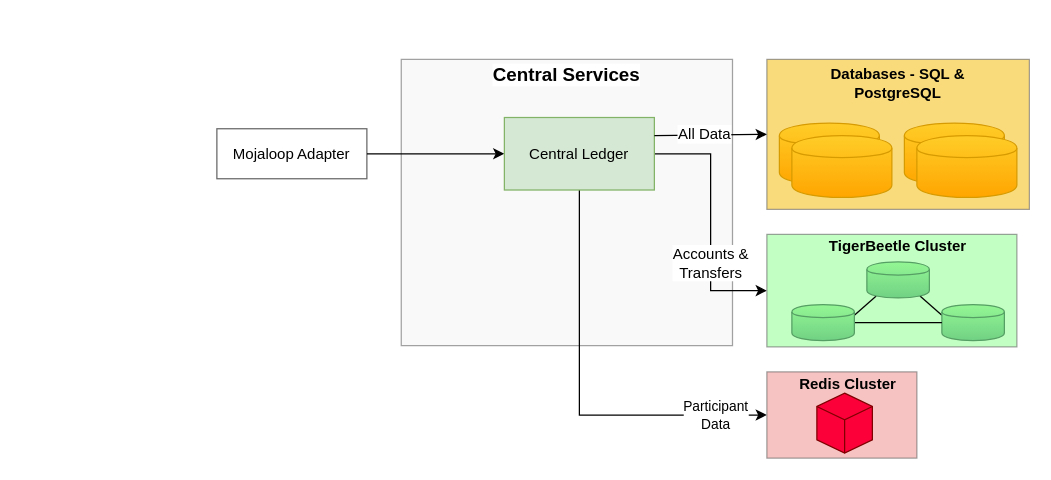
Before: page "to be - central ledger" (1 of 5) of solution_design/central-ledger-diagram-to-be.drawio in coilhq/mucoa, a draw.io diagram. Source tidied: cells renumbered, new cells numbered last; positions are measured from the earlier drawing's top-left corner, leaving out a move shared by most shapes. Both pictures are drawn from the tidied source at 125%, with x=0, y=0 at pixel (216, 59).
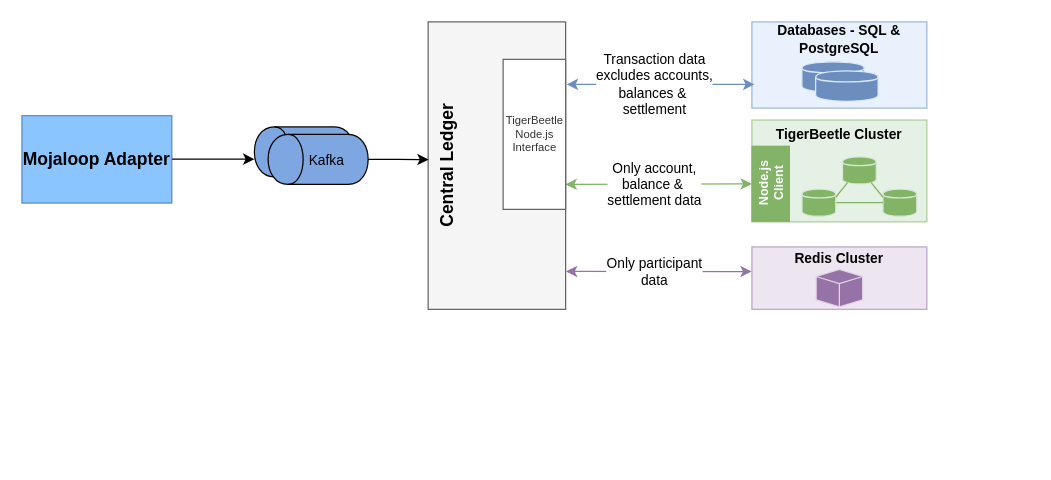
The same diagram, later.

Commit message (it also covers changes not shown here):
Peer review & updates: (1) architecture diagram (2) seq diagrams (3) added TODOs and need to continue from the Transfers seq diagram and description

Change to the diagram source:
```diff
@@
-    <mxCell id="2" style="rounded=0;whiteSpace=wrap;html=1;fillColor=#F5C425;strokeColor=#666666;fontColor=#333333;opacity=60;" parent="1" vertex="1">
-      <mxGeometry x="440" width="210" height="120" as="geometry" />
+    <mxCell id="2" style="rounded=0;whiteSpace=wrap;html=1;fillColor=#dae8fc;strokeColor=#6C8EBF;opacity=60;" parent="1" vertex="1">
+      <mxGeometry x="428" y="-30" width="140" height="69" as="geometry" />
     </mxCell>
-    <mxCell id="3" style="rounded=0;whiteSpace=wrap;html=1;fillColor=#f5f5f5;strokeColor=#666666;fontColor=#333333;opacity=60;labelBackgroundColor=none;" parent="1" vertex="1">
-      <mxGeometry x="147.5" width="265" height="229" as="geometry" />
-    </mxCell>
+    <mxCell id="19" style="rounded=0;whiteSpace=wrap;html=1;fillColor=#d5e8d4;strokeColor=#82b366;opacity=60;" parent="1" vertex="1">
+      <mxGeometry x="428" y="48.5" width="140" height="81.5" as="geometry" />
+    </mxCell>
@@
-    <mxCell id="5" value="Central Services" style="text;html=1;strokeColor=none;fillColor=none;align=center;verticalAlign=middle;whiteSpace=wrap;rounded=0;opacity=60;fontSize=15;fontStyle=1;labelBackgroundColor=default;" parent="1" vertex="1">
-      <mxGeometry x="215" y="2" width="130" height="20" as="geometry" />
-    </mxCell>
-    <mxCell id="6" value="Databases -&amp;nbsp;&lt;span style=&quot;font-size: 12px&quot;&gt;&lt;font style=&quot;font-size: 12px&quot;&gt;SQL &amp;amp; PostgreSQL&lt;/font&gt;&lt;/span&gt;" style="text;html=1;strokeColor=none;fillColor=none;align=center;verticalAlign=middle;whiteSpace=wrap;rounded=0;opacity=60;fontSize=12;fontStyle=1;labelBackgroundColor=none;" parent="1" vertex="1">
-      <mxGeometry x="465" y="9" width="160" height="20" as="geometry" />
+    <mxCell id="6" value="Databases -&amp;nbsp;&lt;span style=&quot;font-size: 11px;&quot;&gt;&lt;font style=&quot;font-size: 11px;&quot;&gt;SQL &amp;amp; PostgreSQL&lt;/font&gt;&lt;/span&gt;" style="text;html=1;strokeColor=none;fillColor=none;align=center;verticalAlign=middle;whiteSpace=wrap;rounded=0;opacity=60;fontSize=11;fontStyle=1;labelBackgroundColor=none;" parent="1" vertex="1">
+      <mxGeometry x="428" y="-26" width="140" height="20" as="geometry" />
     </mxCell>
-    <mxCell id="7" style="edgeStyle=orthogonalEdgeStyle;rounded=1;jettySize=auto;html=1;exitX=1;exitY=0.5;exitDx=0;exitDy=0;entryX=0;entryY=0.5;entryDx=0;entryDy=0;fontSize=12;" parent="1" edge="1" source="8" target="11">
-      <mxGeometry relative="1" as="geometry" />
-    </mxCell>
+    <mxCell id="28" style="edgeStyle=orthogonalEdgeStyle;rounded=0;orthogonalLoop=1;jettySize=auto;html=1;exitX=1;exitY=0.5;exitDx=0;exitDy=0;fontSize=10;fontColor=#000000;startArrow=none;startFill=0;endArrow=classic;endFill=1;strokeColor=#000000;fillColor=#dae8fc;entryX=0.5;entryY=0;entryDx=0;entryDy=0;" parent="1" edge="1">
+      <mxGeometry relative="1" as="geometry">
+        <mxPoint x="-36" y="79.8" as="sourcePoint" />
+        <mxPoint x="30" y="79.8" as="targetPoint" />
+      </mxGeometry>
+    </mxCell>
-    <mxCell id="8" value="Mojaloop Adapter" style="rounded=0;whiteSpace=wrap;html=1;fontSize=12;opacity=60;fontStyle=0;" parent="1" vertex="1">
-      <mxGeometry y="55.5" width="120" height="40" as="geometry" />
+    <mxCell id="8" value="Mojaloop Adapter" style="rounded=0;whiteSpace=wrap;html=1;fontSize=14;opacity=60;fontStyle=1;fillColor=#3D9EFF;strokeColor=#22588F;" parent="1" vertex="1">
+      <mxGeometry x="-156" y="45" width="120" height="70" as="geometry" />
     </mxCell>
-    <mxCell id="9" value="Participant &lt;br&gt;Data" style="edgeStyle=orthogonalEdgeStyle;rounded=0;jettySize=auto;html=1;exitX=0.5;exitY=1;exitDx=0;exitDy=0;entryX=0;entryY=0.5;entryDx=0;entryDy=0;" parent="1" edge="1" source="11" target="12">
-      <mxGeometry x="0.75" relative="1" as="geometry" />
+    <mxCell id="9" value="Only participant &lt;br&gt;data" style="rounded=0;jettySize=auto;html=1;entryX=-0.001;entryY=0.394;entryDx=0;entryDy=0;startArrow=classic;startFill=1;endArrow=classic;endFill=1;strokeColor=#9673A6;exitX=1.003;exitY=0.868;exitDx=0;exitDy=0;exitPerimeter=0;entryPerimeter=0;" parent="1" edge="1" source="11" target="12">
+      <mxGeometry x="-0.05" relative="1" as="geometry" />
     </mxCell>
-    <mxCell id="10" value="Accounts &amp;amp; &lt;br&gt;Transfers" style="rounded=0;jettySize=auto;html=1;exitX=1;exitY=0.5;exitDx=0;exitDy=0;entryX=0;entryY=0.5;entryDx=0;entryDy=0;fontSize=12;startArrow=none;startFill=0;endArrow=classic;endFill=1;edgeStyle=orthogonalEdgeStyle;" parent="1" edge="1" source="11" target="19">
-      <mxGeometry x="0.32" relative="1" as="geometry" />
+    <mxCell id="10" value="Only account,&lt;br style=&quot;font-size: 11px;&quot;&gt;balance &amp;amp;&amp;nbsp;&lt;br&gt;settlement data" style="rounded=0;orthogonalLoop=1;jettySize=auto;html=1;exitX=1;exitY=0.5;exitDx=0;exitDy=0;entryX=0;entryY=0.382;entryDx=0;entryDy=0;fontSize=11;startArrow=classic;startFill=1;endArrow=classic;endFill=1;strokeColor=#82B366;entryPerimeter=0;" parent="1" edge="1">
+      <mxGeometry x="-0.05" relative="1" as="geometry">
+        <mxPoint x="279" y="100" as="sourcePoint" />
+        <mxPoint x="428" y="99.6" as="targetPoint" />
+      </mxGeometry>
     </mxCell>
-    <mxCell id="11" value="&lt;font color=&quot;#000000&quot;&gt;&lt;span&gt;Central Ledger&lt;/span&gt;&lt;br&gt;&lt;/font&gt;" style="rounded=0;whiteSpace=wrap;html=1;fillColor=#d5e8d4;strokeColor=#82b366;fontStyle=0;" parent="1" vertex="1">
-      <mxGeometry x="230" y="46.5" width="120" height="58" as="geometry" />
+    <mxCell id="11" value="&lt;font color=&quot;#000000&quot; style=&quot;font-size: 14px&quot;&gt;&lt;span style=&quot;font-size: 14px&quot;&gt;Central Ledger&lt;/span&gt;&lt;br style=&quot;font-size: 14px&quot;&gt;&lt;/font&gt;" style="rounded=0;whiteSpace=wrap;html=1;fillColor=#f5f5f5;strokeColor=#666666;fontStyle=1;verticalAlign=top;horizontal=0;fontSize=14;fontColor=#333333;" parent="1" vertex="1">
+      <mxGeometry x="169" y="-30" width="110" height="230" as="geometry" />
     </mxCell>
-    <mxCell id="12" style="rounded=0;whiteSpace=wrap;html=1;fillColor=#F19C99;strokeColor=#666666;fontColor=#333333;opacity=60;" parent="1" vertex="1">
-      <mxGeometry x="440" y="250" width="120" height="69" as="geometry" />
+    <mxCell id="12" style="rounded=0;whiteSpace=wrap;html=1;fillColor=#e1d5e7;strokeColor=#9673a6;opacity=60;" parent="1" vertex="1">
+      <mxGeometry x="428" y="150" width="140" height="50" as="geometry" />
     </mxCell>
-    <mxCell id="13" value="Redis Cluster" style="text;html=1;strokeColor=none;fillColor=none;align=center;verticalAlign=middle;whiteSpace=wrap;rounded=0;opacity=60;fontSize=12;fontStyle=1;" parent="1" vertex="1">
-      <mxGeometry x="450" y="250" width="110" height="20" as="geometry" />
+    <mxCell id="13" value="Redis Cluster" style="text;html=1;strokeColor=none;fillColor=none;align=center;verticalAlign=middle;whiteSpace=wrap;rounded=0;opacity=60;fontSize=11;fontStyle=1;" parent="1" vertex="1">
+      <mxGeometry x="428" y="149" width="140" height="20" as="geometry" />
     </mxCell>
-    <mxCell id="14" value="&lt;font color=&quot;#000000&quot;&gt;&lt;br&gt;&lt;/font&gt;" style="whiteSpace=wrap;html=1;shape=mxgraph.basic.isocube;isoAngle=15;fillColor=#FC003A;strokeColor=#800000;fontColor=#ffffff;" parent="1" vertex="1">
-      <mxGeometry x="480" y="267" width="44.4" height="48" as="geometry" />
+    <mxCell id="14" value="&lt;font color=&quot;#000000&quot;&gt;&lt;br&gt;&lt;/font&gt;" style="whiteSpace=wrap;html=1;shape=mxgraph.basic.isocube;isoAngle=9.67;fillColor=#9673A6;strokeColor=#E1D5E7;gradientColor=none;" parent="1" vertex="1">
+      <mxGeometry x="479.4" y="168" width="37.2" height="30" as="geometry" />
     </mxCell>
-    <mxCell id="15" value="&lt;font color=&quot;#000000&quot;&gt;&lt;br&gt;&lt;/font&gt;" style="shape=cylinder;whiteSpace=wrap;html=1;boundedLbl=1;backgroundOutline=1;fillColor=#ffcd28;strokeColor=#d79b00;gradientColor=#ffa500;" parent="1" vertex="1">
-      <mxGeometry x="450" y="51" width="80" height="49.5" as="geometry" />
-    </mxCell>
-    <mxCell id="16" value="&lt;font color=&quot;#000000&quot;&gt;&lt;br&gt;&lt;/font&gt;" style="shape=cylinder;whiteSpace=wrap;html=1;boundedLbl=1;backgroundOutline=1;fillColor=#ffcd28;strokeColor=#d79b00;gradientColor=#ffa500;" parent="1" vertex="1">
-      <mxGeometry x="460" y="61" width="80" height="49.5" as="geometry" />
-    </mxCell>
-    <mxCell id="17" value="&lt;font color=&quot;#000000&quot;&gt;&lt;br&gt;&lt;/font&gt;" style="shape=cylinder;whiteSpace=wrap;html=1;boundedLbl=1;backgroundOutline=1;fillColor=#ffcd28;strokeColor=#d79b00;gradientColor=#ffa500;" parent="1" vertex="1">
-      <mxGeometry x="550" y="51" width="80" height="49.5" as="geometry" />
-    </mxCell>
-    <mxCell id="18" value="&lt;font color=&quot;#000000&quot;&gt;&lt;br&gt;&lt;/font&gt;" style="shape=cylinder;whiteSpace=wrap;html=1;boundedLbl=1;backgroundOutline=1;fillColor=#ffcd28;strokeColor=#d79b00;gradientColor=#ffa500;" parent="1" vertex="1">
-      <mxGeometry x="560" y="61" width="80" height="49.5" as="geometry" />
-    </mxCell>
-    <mxCell id="19" style="rounded=0;whiteSpace=wrap;html=1;fillColor=#99FF99;strokeColor=#666666;fontColor=#333333;opacity=60;" parent="1" vertex="1">
-      <mxGeometry x="440" y="140" width="200" height="90" as="geometry" />
-    </mxCell>
-    <mxCell id="20" value="TigerBeetle Cluster" style="text;html=1;strokeColor=none;fillColor=none;align=center;verticalAlign=middle;whiteSpace=wrap;rounded=0;opacity=60;fontSize=12;fontStyle=1;" parent="1" vertex="1">
-      <mxGeometry x="450" y="140" width="190" height="20" as="geometry" />
+    <mxCell id="20" value="TigerBeetle Cluster" style="text;html=1;strokeColor=none;fillColor=none;align=center;verticalAlign=middle;whiteSpace=wrap;rounded=0;opacity=60;fontSize=11;fontStyle=1;" parent="1" vertex="1">
+      <mxGeometry x="433" y="49.5" width="130" height="20" as="geometry" />
     </mxCell>
-    <mxCell id="21" style="rounded=0;jettySize=auto;html=1;exitX=0.15;exitY=0.95;exitDx=0;exitDy=0;entryX=1;entryY=0.3;entryDx=0;entryDy=0;fontSize=12;startArrow=none;startFill=0;endArrow=none;endFill=0;exitPerimeter=0;" parent="1" edge="1" source="23" target="26">
-      <mxGeometry relative="1" as="geometry" />
-    </mxCell>
-    <mxCell id="22" style="edgeStyle=none;rounded=0;jettySize=auto;html=1;exitX=0.85;exitY=0.95;exitDx=0;exitDy=0;exitPerimeter=0;entryX=0;entryY=0.3;entryDx=0;entryDy=0;fontSize=12;startArrow=none;startFill=0;endArrow=none;endFill=0;" parent="1" edge="1" source="23" target="24">
-      <mxGeometry relative="1" as="geometry" />
-    </mxCell>
+    <mxCell id="27" value="Transaction data&lt;br&gt;excludes accounts,&lt;br&gt;balances &amp;amp;&amp;nbsp;&lt;br&gt;settlement" style="endArrow=classic;html=1;rounded=0;fontSize=11;endFill=1;startArrow=classic;startFill=1;strokeColor=#6C8EBF;" parent="1" edge="1">
+      <mxGeometry x="-0.07" relative="1" as="geometry">
+        <mxPoint x="280" y="20" as="sourcePoint" />
+        <mxPoint x="430" y="20" as="targetPoint" />
+      </mxGeometry>
+    </mxCell>
+    <mxCell id="29" style="group;fillColor=none;strokeColor=none;" parent="1" vertex="1">
+      <mxGeometry x="468.1" y="78" width="91.8" height="47.5" as="geometry" />
+    </mxCell>
-    <mxCell id="23" value="&lt;font color=&quot;#000000&quot;&gt;&lt;br&gt;&lt;/font&gt;" style="shape=cylinder;whiteSpace=wrap;html=1;boundedLbl=1;backgroundOutline=1;fillColor=#94F794;strokeColor=#559E64;gradientColor=#71D184;" parent="1" vertex="1">
-      <mxGeometry x="520" y="162" width="50" height="28.8" as="geometry" />
+    <mxCell id="23" value="&lt;font color=&quot;#000000&quot;&gt;&lt;br&gt;&lt;/font&gt;" style="shape=cylinder;whiteSpace=wrap;html=1;boundedLbl=1;backgroundOutline=1;fillColor=#82B366;strokeColor=#D5E8D4;" parent="29" vertex="1">
+      <mxGeometry x="32.4" width="27" height="21.7" as="geometry" />
     </mxCell>
-    <mxCell id="24" value="&lt;font color=&quot;#000000&quot;&gt;&lt;br&gt;&lt;/font&gt;" style="shape=cylinder;whiteSpace=wrap;html=1;boundedLbl=1;backgroundOutline=1;fillColor=#94F794;strokeColor=#559E64;gradientColor=#71D184;" parent="1" vertex="1">
-      <mxGeometry x="580" y="196.1" width="50" height="28.8" as="geometry" />
+    <mxCell id="24" value="&lt;font color=&quot;#000000&quot;&gt;&lt;br&gt;&lt;/font&gt;" style="shape=cylinder;whiteSpace=wrap;html=1;boundedLbl=1;backgroundOutline=1;fillColor=#82B366;strokeColor=#D5E8D4;gradientColor=none;" parent="29" vertex="1">
+      <mxGeometry x="64.8" y="25.8" width="27" height="21.7" as="geometry" />
     </mxCell>
+    <mxCell id="22" style="edgeStyle=none;rounded=0;jettySize=auto;html=1;exitX=0.85;exitY=0.95;exitDx=0;exitDy=0;exitPerimeter=0;entryX=0;entryY=0.3;entryDx=0;entryDy=0;fontSize=12;startArrow=none;startFill=0;endArrow=none;endFill=0;strokeColor=#82B366;" parent="29" edge="1" source="23" target="24">
+      <mxGeometry relative="1" as="geometry" />
+    </mxCell>
-    <mxCell id="25" style="edgeStyle=none;rounded=0;jettySize=auto;html=1;exitX=1;exitY=0.5;exitDx=0;exitDy=0;fontSize=12;startArrow=none;startFill=0;endArrow=none;endFill=0;" parent="1" edge="1" source="26" target="24">
+    <mxCell id="25" style="edgeStyle=none;rounded=0;jettySize=auto;html=1;exitX=1;exitY=0.5;exitDx=0;exitDy=0;fontSize=12;startArrow=none;startFill=0;endArrow=none;endFill=0;strokeColor=#82B366;" parent="29" edge="1" source="26" target="24">
       <mxGeometry relative="1" as="geometry" />
     </mxCell>
-    <mxCell id="26" value="&lt;font color=&quot;#000000&quot;&gt;&lt;br&gt;&lt;/font&gt;" style="shape=cylinder;whiteSpace=wrap;html=1;boundedLbl=1;backgroundOutline=1;fillColor=#94F794;strokeColor=#559E64;gradientColor=#71D184;" parent="1" vertex="1">
-      <mxGeometry x="460" y="196.1" width="50" height="28.8" as="geometry" />
+    <mxCell id="26" value="&lt;font color=&quot;#000000&quot;&gt;&lt;br&gt;&lt;/font&gt;" style="shape=cylinder;whiteSpace=wrap;html=1;boundedLbl=1;backgroundOutline=1;fillColor=#82B366;strokeColor=#D5E8D4;gradientColor=none;" parent="29" vertex="1">
+      <mxGeometry y="25.8" width="27" height="21.7" as="geometry" />
     </mxCell>
-    <mxCell id="27" value="All Data" style="endArrow=classic;html=1;rounded=1;fontSize=12;entryX=0;entryY=0.5;entryDx=0;entryDy=0;exitX=1;exitY=0.25;exitDx=0;exitDy=0;" parent="1" edge="1" source="11" target="2">
-      <mxGeometry x="-0.11" y="1" relative="1" as="geometry" />
-    </mxCell>
+    <mxCell id="21" style="rounded=0;jettySize=auto;html=1;exitX=0.15;exitY=0.95;exitDx=0;exitDy=0;entryX=1;entryY=0.3;entryDx=0;entryDy=0;fontSize=12;startArrow=none;startFill=0;endArrow=none;endFill=0;exitPerimeter=0;strokeColor=#82B366;" parent="29" edge="1" source="23" target="26">
+      <mxGeometry relative="1" as="geometry" />
+    </mxCell>
+    <mxCell id="30" style="group;" parent="1" vertex="1">
+      <mxGeometry x="468" y="2" width="60" height="31.5" as="geometry" />
+    </mxCell>
+    <mxCell id="16" value="&lt;font color=&quot;#000000&quot;&gt;&lt;br&gt;&lt;/font&gt;" style="shape=cylinder;whiteSpace=wrap;html=1;boundedLbl=1;backgroundOutline=1;fillColor=#6C8EBF;strokeColor=#DAE8FC;gradientColor=none;" parent="30" vertex="1">
+      <mxGeometry width="50" height="24.3" as="geometry" />
+    </mxCell>
+    <mxCell id="31" value="&lt;font color=&quot;#000000&quot;&gt;&lt;br&gt;&lt;/font&gt;" style="shape=cylinder;whiteSpace=wrap;html=1;boundedLbl=1;backgroundOutline=1;fillColor=#6C8EBF;strokeColor=#DAE8FC;gradientColor=none;" parent="30" vertex="1">
+      <mxGeometry x="11" y="7.2" width="50" height="24.3" as="geometry" />
+    </mxCell>
+    <mxCell id="32" value="TigerBeetle &lt;br style=&quot;font-size: 9px;&quot;&gt;Node.js &lt;br style=&quot;font-size: 9px;&quot;&gt;Interface" style="html=1;fontSize=9;strokeColor=#666666;fillColor=#FFFFFF;horizontal=1;fontColor=#333333;fontStyle=0;" parent="1" vertex="1">
+      <mxGeometry x="229" width="50" height="120" as="geometry" />
+    </mxCell>
+    <mxCell id="33" value="Node.js&lt;br style=&quot;font-size: 10px;&quot;&gt;Client" style="html=1;fontSize=10;strokeColor=#82b366;fillColor=#82B366;horizontal=0;fontColor=#FFFFFF;fontStyle=1;" parent="1" vertex="1">
+      <mxGeometry x="428.1" y="69.5" width="29.9" height="60" as="geometry" />
+    </mxCell>
+    <mxCell id="34" style="group;" parent="1" vertex="1">
+      <mxGeometry x="30" y="54" width="91" height="46" as="geometry" />
+    </mxCell>
+    <mxCell id="35" style="shape=cylinder;whiteSpace=wrap;html=1;boundedLbl=1;rotation=-90;fillColor=#7EA6E0;" parent="34" vertex="1">
+      <mxGeometry x="20" y="-20" width="40" height="80" as="geometry" />
+    </mxCell>
+    <mxCell id="36" style="shape=cylinder;whiteSpace=wrap;html=1;boundedLbl=1;rotation=-90;fillColor=#7EA6E0;" parent="34" vertex="1">
+      <mxGeometry x="31" y="-14" width="40" height="80" as="geometry" />
+    </mxCell>
+    <mxCell id="37" value="Kafka" style="text;html=1;strokeColor=none;fillColor=none;align=center;verticalAlign=middle;whiteSpace=wrap;rounded=0;fontSize=11;" parent="34" vertex="1">
+      <mxGeometry x="30" y="22" width="56" height="10" as="geometry" />
+    </mxCell>
+    <mxCell id="38" style="edgeStyle=orthogonalEdgeStyle;rounded=0;jettySize=auto;html=1;exitX=0.5;exitY=1;exitDx=0;exitDy=0;entryX=0.003;entryY=0.479;entryDx=0;entryDy=0;fontSize=11;strokeColor=#000000;fontColor=#000000;entryPerimeter=0;" parent="1" edge="1" source="36" target="11">
+      <mxGeometry relative="1" as="geometry" />
+    </mxCell>
```
